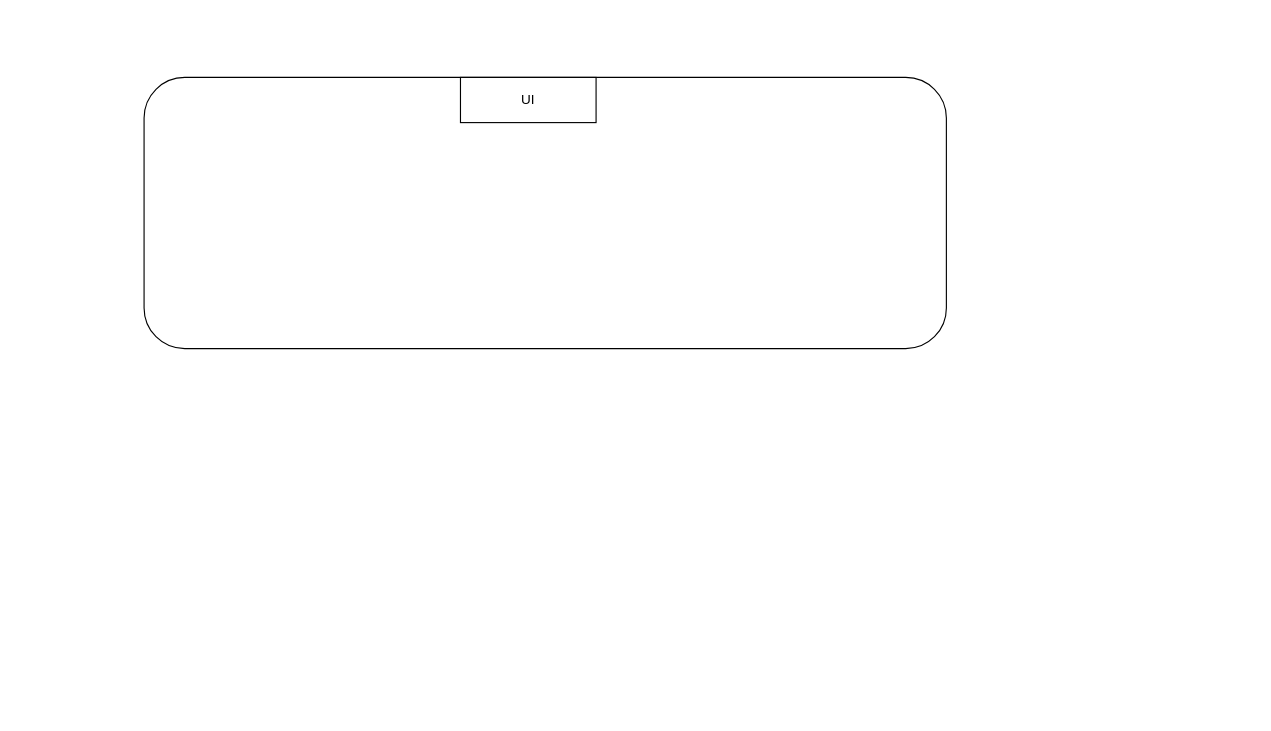
Earlier version of the draw.io diagram Untitled Diagram.drawio (ShuYangConlany/Enefit). Source tidied: cells renumbered, new cells numbered last; positions are measured from the earlier drawing's top-left corner, leaving out a move shared by most shapes. Both pictures are drawn from the tidied source at 113%, with x=0, y=0 at pixel (144, 77).
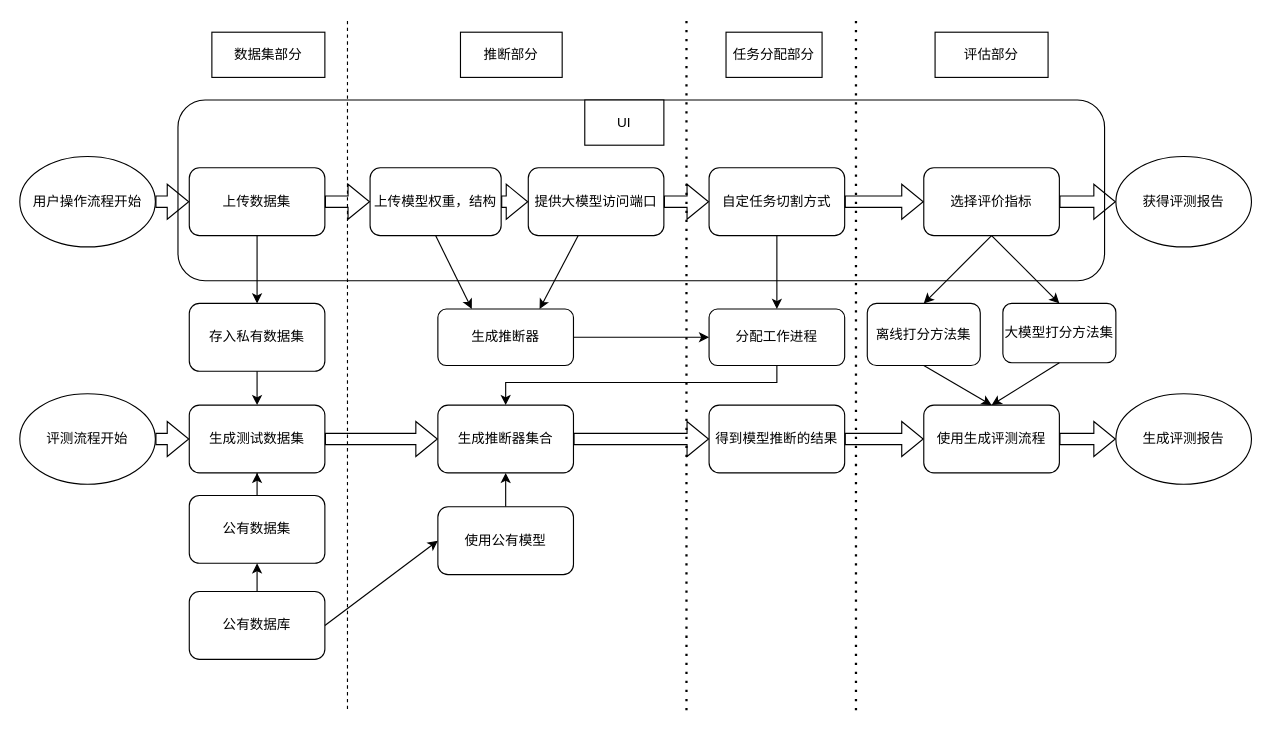
After the change.

Diff of the diagram source:
```diff
@@
     <mxCell id="2" style="rounded=1;whiteSpace=wrap;html=1;" parent="1" vertex="1">
-      <mxGeometry width="710" height="240" as="geometry" />
+      <mxGeometry x="30" y="20" width="820" height="160" as="geometry" />
     </mxCell>
     <mxCell id="3" value="UI" style="rounded=0;whiteSpace=wrap;html=1;" parent="1" vertex="1">
-      <mxGeometry x="280" width="120" height="40" as="geometry" />
+      <mxGeometry x="390" y="20" width="70" height="40" as="geometry" />
     </mxCell>
+    <mxCell id="4" value="上传数据集" style="rounded=1;whiteSpace=wrap;html=1;" parent="1" vertex="1">
+      <mxGeometry x="40" y="80" width="120" height="60" as="geometry" />
+    </mxCell>
+    <mxCell id="5" style="endArrow=classic;html=1;rounded=0;exitX=0.5;exitY=1;exitDx=0;exitDy=0;entryX=0.5;entryY=0;entryDx=0;entryDy=0;" parent="1" edge="1" source="4" target="7">
+      <mxGeometry relative="1" as="geometry" />
+    </mxCell>
+    <mxCell id="6" value="生成测试数据集" style="rounded=1;whiteSpace=wrap;html=1;" parent="1" vertex="1">
+      <mxGeometry x="40" y="290" width="120" height="60" as="geometry" />
+    </mxCell>
+    <mxCell id="7" value="存入私有数据集" style="rounded=1;whiteSpace=wrap;html=1;" parent="1" vertex="1">
+      <mxGeometry x="40" y="200" width="120" height="60" as="geometry" />
+    </mxCell>
+    <mxCell id="8" style="edgeStyle=orthogonalEdgeStyle;rounded=0;jettySize=auto;html=1;" parent="1" edge="1" source="9" target="6">
+      <mxGeometry relative="1" as="geometry" />
+    </mxCell>
+    <mxCell id="9" value="公有数据集" style="rounded=1;whiteSpace=wrap;html=1;" parent="1" vertex="1">
+      <mxGeometry x="40" y="370" width="120" height="60" as="geometry" />
+    </mxCell>
+    <mxCell id="10" value="上传模型权重，结构" style="rounded=1;whiteSpace=wrap;html=1;" parent="1" vertex="1">
+      <mxGeometry x="200" y="80" width="116" height="60" as="geometry" />
+    </mxCell>
+    <mxCell id="11" style="edgeStyle=orthogonalEdgeStyle;rounded=0;jettySize=auto;html=1;" parent="1" edge="1" source="12" target="9">
+      <mxGeometry relative="1" as="geometry" />
+    </mxCell>
+    <mxCell id="12" value="公有数据库" style="rounded=1;whiteSpace=wrap;html=1;" parent="1" vertex="1">
+      <mxGeometry x="40" y="455" width="120" height="60" as="geometry" />
+    </mxCell>
+    <mxCell id="13" value="提供大模型访问端口" style="rounded=1;whiteSpace=wrap;html=1;" parent="1" vertex="1">
+      <mxGeometry x="340" y="80" width="120" height="60" as="geometry" />
+    </mxCell>
+    <mxCell id="14" style="edgeStyle=orthogonalEdgeStyle;rounded=0;jettySize=auto;html=1;" parent="1" edge="1" source="15" target="24">
+      <mxGeometry relative="1" as="geometry" />
+    </mxCell>
+    <mxCell id="15" value="生成推断器" style="rounded=1;whiteSpace=wrap;html=1;" parent="1" vertex="1">
+      <mxGeometry x="260" y="205" width="120" height="50" as="geometry" />
+    </mxCell>
+    <mxCell id="16" style="endArrow=classic;html=1;rounded=0;entryX=0.75;entryY=0;entryDx=0;entryDy=0;" parent="1" edge="1" source="13" target="15">
+      <mxGeometry relative="1" as="geometry" />
+    </mxCell>
+    <mxCell id="17" style="endArrow=classic;html=1;rounded=0;exitX=0.5;exitY=1;exitDx=0;exitDy=0;entryX=0.25;entryY=0;entryDx=0;entryDy=0;" parent="1" edge="1" source="10" target="15">
+      <mxGeometry relative="1" as="geometry" />
+    </mxCell>
+    <mxCell id="18" style="edgeStyle=orthogonalEdgeStyle;rounded=0;jettySize=auto;html=1;" parent="1" edge="1" source="19" target="21">
+      <mxGeometry relative="1" as="geometry" />
+    </mxCell>
+    <mxCell id="19" value="使用公有模型" style="rounded=1;whiteSpace=wrap;html=1;" parent="1" vertex="1">
+      <mxGeometry x="260" y="380" width="120" height="60" as="geometry" />
+    </mxCell>
+    <mxCell id="20" style="endArrow=classic;html=1;rounded=0;exitX=1;exitY=0.5;exitDx=0;exitDy=0;entryX=0;entryY=0.5;entryDx=0;entryDy=0;" parent="1" edge="1" source="12" target="19">
+      <mxGeometry relative="1" as="geometry" />
+    </mxCell>
+    <mxCell id="21" value="生成推断器集合" style="rounded=1;whiteSpace=wrap;html=1;" parent="1" vertex="1">
+      <mxGeometry x="260" y="290" width="120" height="60" as="geometry" />
+    </mxCell>
+    <mxCell id="22" style="edgeStyle=orthogonalEdgeStyle;rounded=0;jettySize=auto;html=1;" parent="1" edge="1" source="23" target="24">
+      <mxGeometry relative="1" as="geometry" />
+    </mxCell>
+    <mxCell id="23" value="自定任务切割方式" style="rounded=1;whiteSpace=wrap;html=1;" parent="1" vertex="1">
+      <mxGeometry x="500" y="80" width="120" height="60" as="geometry" />
+    </mxCell>
+    <mxCell id="24" value="分配工作进程" style="rounded=1;whiteSpace=wrap;html=1;" parent="1" vertex="1">
+      <mxGeometry x="500" y="205" width="120" height="50" as="geometry" />
+    </mxCell>
+    <mxCell id="25" style="endArrow=classic;html=1;rounded=0;" parent="1" edge="1" source="21">
+      <mxGeometry relative="1" as="geometry">
+        <mxPoint x="380" y="290" as="targetPoint" />
+      </mxGeometry>
+    </mxCell>
+    <mxCell id="26" style="endArrow=classic;html=1;rounded=0;exitX=0.5;exitY=1;exitDx=0;exitDy=0;entryX=0.5;entryY=0;entryDx=0;entryDy=0;" parent="1" edge="1" source="7" target="6">
+      <mxGeometry relative="1" as="geometry" />
+    </mxCell>
+    <mxCell id="27" style="endArrow=classic;html=1;rounded=0;exitX=0.5;exitY=1;exitDx=0;exitDy=0;entryX=0.5;entryY=0;entryDx=0;entryDy=0;" parent="1" edge="1" source="24" target="21">
+      <mxGeometry relative="1" as="geometry">
+        <Array as="points">
+          <mxPoint x="560" y="270" />
+          <mxPoint x="320" y="270" />
+        </Array>
+      </mxGeometry>
+    </mxCell>
+    <mxCell id="28" value="选择评价指标" style="rounded=1;whiteSpace=wrap;html=1;" parent="1" vertex="1">
+      <mxGeometry x="690" y="80" width="120" height="60" as="geometry" />
+    </mxCell>
+    <mxCell id="29" value="得到模型推断的结果" style="rounded=1;whiteSpace=wrap;html=1;" parent="1" vertex="1">
+      <mxGeometry x="500" y="290" width="120" height="60" as="geometry" />
+    </mxCell>
+    <mxCell id="30" value="评测流程开始" style="ellipse;whiteSpace=wrap;html=1;" parent="1" vertex="1">
+      <mxGeometry x="-110" y="280" width="120" height="80" as="geometry" />
+    </mxCell>
+    <mxCell id="31" value="使用生成评测流程" style="rounded=1;whiteSpace=wrap;html=1;" parent="1" vertex="1">
+      <mxGeometry x="690" y="290" width="120" height="60" as="geometry" />
+    </mxCell>
+    <mxCell id="32" value="离线打分方法集" style="rounded=1;whiteSpace=wrap;html=1;" parent="1" vertex="1">
+      <mxGeometry x="640" y="200" width="100" height="55" as="geometry" />
+    </mxCell>
+    <mxCell id="33" value="大模型打分方法集" style="rounded=1;whiteSpace=wrap;html=1;" parent="1" vertex="1">
+      <mxGeometry x="760" y="200" width="100" height="52.5" as="geometry" />
+    </mxCell>
+    <mxCell id="34" style="endArrow=classic;html=1;rounded=0;exitX=0.5;exitY=1;exitDx=0;exitDy=0;entryX=0.5;entryY=0;entryDx=0;entryDy=0;" parent="1" edge="1" source="28" target="32">
+      <mxGeometry relative="1" as="geometry" />
+    </mxCell>
+    <mxCell id="35" style="endArrow=classic;html=1;rounded=0;exitX=0.5;exitY=1;exitDx=0;exitDy=0;entryX=0.5;entryY=0;entryDx=0;entryDy=0;" parent="1" edge="1" source="28" target="33">
+      <mxGeometry relative="1" as="geometry" />
+    </mxCell>
+    <mxCell id="36" style="endArrow=classic;html=1;rounded=0;exitX=0.5;exitY=1;exitDx=0;exitDy=0;entryX=0.5;entryY=0;entryDx=0;entryDy=0;" parent="1" edge="1" source="32" target="31">
+      <mxGeometry relative="1" as="geometry" />
+    </mxCell>
+    <mxCell id="37" style="endArrow=classic;html=1;rounded=0;exitX=0.5;exitY=1;exitDx=0;exitDy=0;entryX=0.5;entryY=0;entryDx=0;entryDy=0;" parent="1" edge="1" source="33" target="31">
+      <mxGeometry relative="1" as="geometry" />
+    </mxCell>
+    <mxCell id="38" value="生成评测报告" style="ellipse;whiteSpace=wrap;html=1;" parent="1" vertex="1">
+      <mxGeometry x="860" y="280" width="120" height="80" as="geometry" />
+    </mxCell>
+    <mxCell id="39" value="用户操作流程开始" style="ellipse;whiteSpace=wrap;html=1;" parent="1" vertex="1">
+      <mxGeometry x="-110" y="70" width="120" height="80" as="geometry" />
+    </mxCell>
+    <mxCell id="40" value="获得评测报告" style="ellipse;whiteSpace=wrap;html=1;" parent="1" vertex="1">
+      <mxGeometry x="860" y="70" width="120" height="80" as="geometry" />
+    </mxCell>
+    <mxCell id="41" style="endArrow=none;dashed=1;html=1;rounded=0;" parent="1" edge="1">
+      <mxGeometry relative="1" as="geometry">
+        <mxPoint x="180" y="-50" as="sourcePoint" />
+        <mxPoint x="180" y="560" as="targetPoint" />
+      </mxGeometry>
+    </mxCell>
+    <mxCell id="42" style="endArrow=none;dashed=1;html=1;dashPattern=1 3;strokeWidth=2;rounded=0;" parent="1" edge="1">
+      <mxGeometry relative="1" as="geometry">
+        <mxPoint x="480" y="-50" as="sourcePoint" />
+        <mxPoint x="480" y="560" as="targetPoint" />
+      </mxGeometry>
+    </mxCell>
+    <mxCell id="43" style="endArrow=none;dashed=1;html=1;dashPattern=1 3;strokeWidth=2;rounded=0;" parent="1" edge="1">
+      <mxGeometry relative="1" as="geometry">
+        <mxPoint x="630" y="-50" as="sourcePoint" />
+        <mxPoint x="630" y="560" as="targetPoint" />
+      </mxGeometry>
+    </mxCell>
+    <mxCell id="44" value="数据集部分" style="rounded=0;whiteSpace=wrap;html=1;" parent="1" vertex="1">
+      <mxGeometry x="60" y="-40" width="100" height="40" as="geometry" />
+    </mxCell>
+    <mxCell id="45" value="推断部分" style="rounded=0;whiteSpace=wrap;html=1;" parent="1" vertex="1">
+      <mxGeometry x="280" y="-40" width="90" height="40" as="geometry" />
+    </mxCell>
+    <mxCell id="46" value="任务分配部分" style="rounded=0;whiteSpace=wrap;html=1;" parent="1" vertex="1">
+      <mxGeometry x="515" y="-40" width="85" height="40" as="geometry" />
+    </mxCell>
+    <mxCell id="47" value="评估部分" style="rounded=0;whiteSpace=wrap;html=1;" parent="1" vertex="1">
+      <mxGeometry x="700" y="-40" width="100" height="40" as="geometry" />
+    </mxCell>
+    <mxCell id="48" style="shape=flexArrow;endArrow=classic;html=1;rounded=0;exitX=1;exitY=0.5;exitDx=0;exitDy=0;entryX=0;entryY=0.5;entryDx=0;entryDy=0;entryPerimeter=0;" parent="1" edge="1" source="30" target="6">
+      <mxGeometry relative="1" as="geometry" />
+    </mxCell>
+    <mxCell id="49" style="shape=flexArrow;endArrow=classic;html=1;rounded=0;exitX=1;exitY=0.5;exitDx=0;exitDy=0;entryX=0;entryY=0.5;entryDx=0;entryDy=0;" parent="1" edge="1" source="6" target="21">
+      <mxGeometry relative="1" as="geometry" />
+    </mxCell>
+    <mxCell id="50" style="shape=flexArrow;endArrow=classic;html=1;rounded=0;exitX=1;exitY=0.5;exitDx=0;exitDy=0;entryX=0;entryY=0.5;entryDx=0;entryDy=0;" parent="1" edge="1" source="21" target="29">
+      <mxGeometry relative="1" as="geometry" />
+    </mxCell>
+    <mxCell id="51" style="shape=flexArrow;endArrow=classic;html=1;rounded=0;exitX=1;exitY=0.5;exitDx=0;exitDy=0;entryX=0;entryY=0.5;entryDx=0;entryDy=0;" parent="1" edge="1" source="29" target="31">
+      <mxGeometry relative="1" as="geometry" />
+    </mxCell>
+    <mxCell id="52" style="shape=flexArrow;endArrow=classic;html=1;rounded=0;exitX=1;exitY=0.5;exitDx=0;exitDy=0;entryX=0;entryY=0.5;entryDx=0;entryDy=0;" parent="1" edge="1" source="31" target="38">
+      <mxGeometry relative="1" as="geometry" />
+    </mxCell>
+    <mxCell id="53" style="shape=flexArrow;endArrow=classic;html=1;rounded=0;exitX=1;exitY=0.5;exitDx=0;exitDy=0;entryX=0;entryY=0.5;entryDx=0;entryDy=0;" parent="1" edge="1" source="39" target="4">
+      <mxGeometry relative="1" as="geometry" />
+    </mxCell>
+    <mxCell id="54" style="shape=flexArrow;endArrow=classic;html=1;rounded=0;exitX=1;exitY=0.5;exitDx=0;exitDy=0;" parent="1" edge="1" source="4" target="10">
+      <mxGeometry relative="1" as="geometry" />
+    </mxCell>
+    <mxCell id="55" style="shape=flexArrow;endArrow=classic;html=1;rounded=0;exitX=1;exitY=0.5;exitDx=0;exitDy=0;" parent="1" edge="1" source="10" target="13">
+      <mxGeometry relative="1" as="geometry" />
+    </mxCell>
+    <mxCell id="56" style="shape=flexArrow;endArrow=classic;html=1;rounded=0;exitX=1;exitY=0.5;exitDx=0;exitDy=0;entryX=0;entryY=0.5;entryDx=0;entryDy=0;" parent="1" edge="1" source="13" target="23">
+      <mxGeometry relative="1" as="geometry" />
+    </mxCell>
+    <mxCell id="57" style="shape=flexArrow;endArrow=classic;html=1;rounded=0;exitX=1;exitY=0.5;exitDx=0;exitDy=0;" parent="1" edge="1" source="23" target="28">
+      <mxGeometry relative="1" as="geometry" />
+    </mxCell>
+    <mxCell id="58" style="shape=flexArrow;endArrow=classic;html=1;rounded=0;exitX=1;exitY=0.5;exitDx=0;exitDy=0;entryX=0;entryY=0.5;entryDx=0;entryDy=0;" parent="1" edge="1" source="28" target="40">
+      <mxGeometry relative="1" as="geometry" />
+    </mxCell>
```
